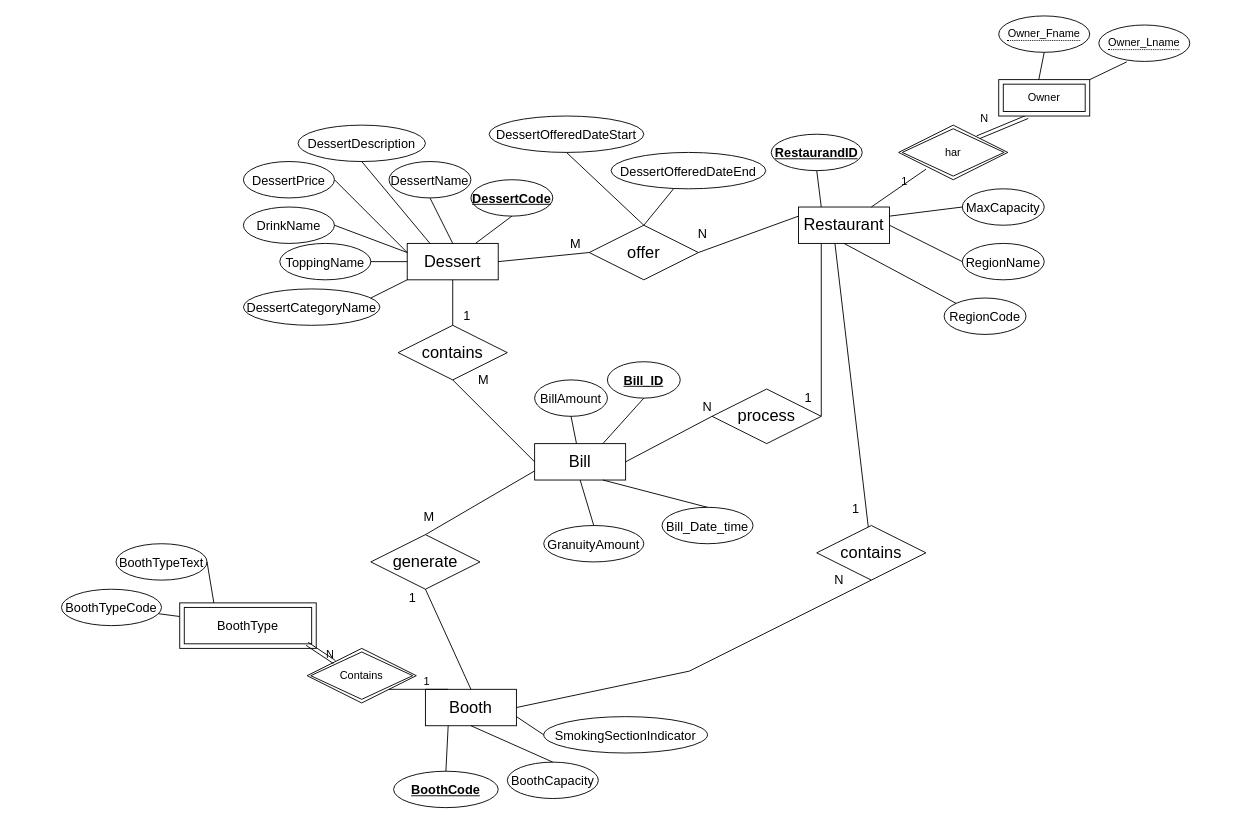
This is Labb3/N3/Dessert_DiagramN3.drawio from PyroG8r/Databaser-DT139G, a draw.io file, before an edit. Source tidied: cells renumbered, new cells numbered last; positions are measured from the earlier drawing's top-left corner, leaving out a move shared by most shapes. Both pictures are drawn from the tidied source at 91%, with x=0, y=0 at pixel (61, 15).
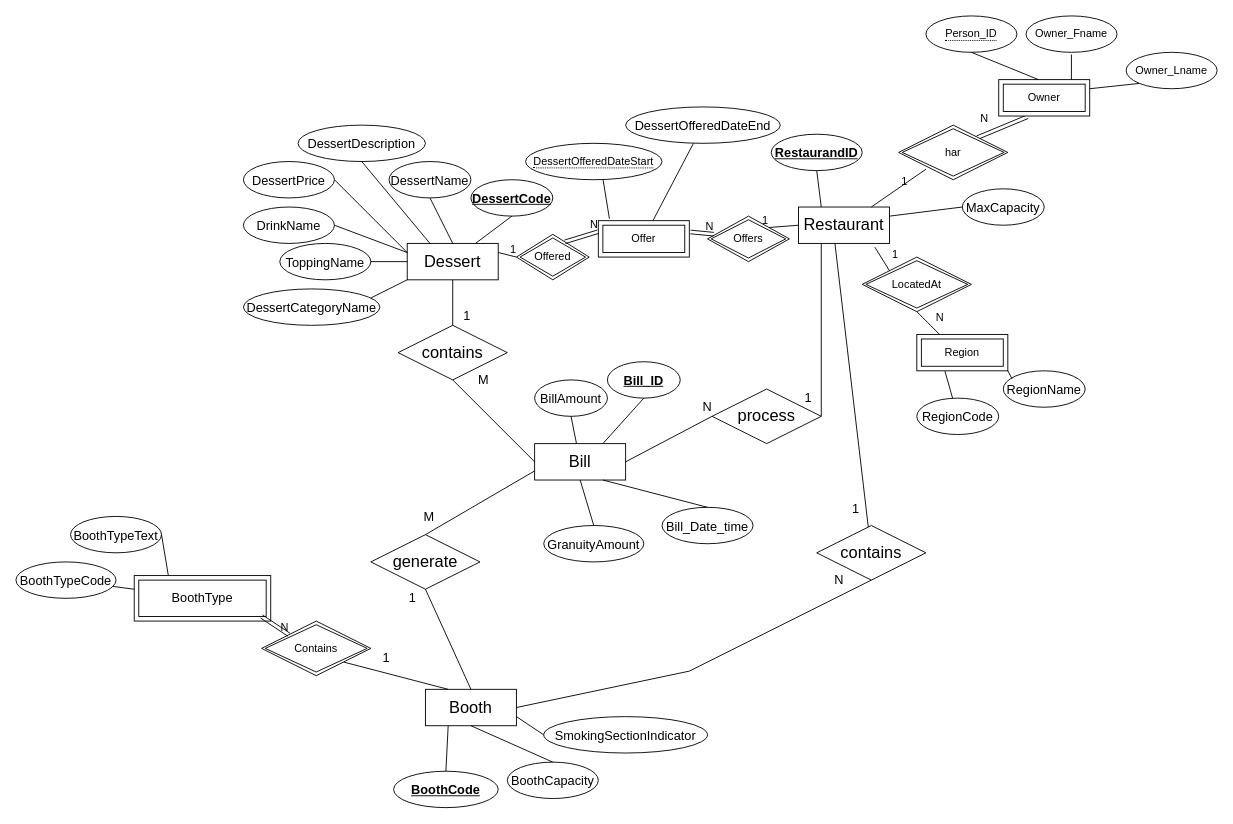
The same page after the edit.

The change refers to these unchanged cells:
```xml
<mxCell id="3" value="&lt;font style=&quot;font-size: 18px&quot;&gt;Booth&lt;/font&gt;" style="whiteSpace=wrap;html=1;align=center;" parent="1" vertex="1">
  <mxGeometry x="400" y="740" width="100" height="40" as="geometry" />
</mxCell>
<mxCell id="4" value="&lt;font style=&quot;font-size: 18px&quot;&gt;Restaurant&lt;/font&gt;" style="whiteSpace=wrap;html=1;align=center;" parent="1" vertex="1">
  <mxGeometry x="810" y="210" width="100" height="40" as="geometry" />
</mxCell>
<mxCell id="5" value="&lt;font style=&quot;font-size: 18px&quot;&gt;Dessert&lt;/font&gt;" style="whiteSpace=wrap;html=1;align=center;" parent="1" vertex="1">
  <mxGeometry x="380" y="250" width="100" height="40" as="geometry" />
</mxCell>
<mxCell id="78" value="Owner" style="shape=ext;margin=3;double=1;whiteSpace=wrap;html=1;align=center;" parent="1" vertex="1">
  <mxGeometry x="1030" y="70" width="100" height="40" as="geometry" />
</mxCell>
```

What changed in the source:
```diff
@@
-    <mxCell id="8" value="offer" style="shape=rhombus;perimeter=rhombusPerimeter;whiteSpace=wrap;html=1;align=center;fontSize=18;" parent="1" vertex="1">
-      <mxGeometry x="580" y="230" width="120" height="60" as="geometry" />
-    </mxCell>
@@
-    <mxCell id="21" value="&lt;font style=&quot;font-size: 14px&quot;&gt;DessertOfferedDateStart&lt;/font&gt;" style="ellipse;whiteSpace=wrap;html=1;align=center;fontSize=18;" parent="1" vertex="1">
-      <mxGeometry x="470" y="110" width="170" height="40" as="geometry" />
-    </mxCell>
@@
-    <mxCell id="29" style="endArrow=none;html=1;rounded=0;fontSize=18;entryX=0.5;entryY=1;entryDx=0;entryDy=0;exitX=0.5;exitY=0;exitDx=0;exitDy=0;" parent="1" edge="1" source="8" target="21">
+    <mxCell id="29" style="endArrow=none;html=1;rounded=0;fontSize=18;entryX=0.568;entryY=0.997;entryDx=0;entryDy=0;exitX=0.122;exitY=-0.053;exitDx=0;exitDy=0;exitPerimeter=0;entryPerimeter=0;" parent="1" edge="1" source="87" target="21">
       <mxGeometry relative="1" as="geometry" />
     </mxCell>
@@
     <mxCell id="33" value="&lt;font style=&quot;font-size: 14px&quot;&gt;RegionName&lt;/font&gt;" style="ellipse;whiteSpace=wrap;html=1;align=center;fontSize=18;" parent="1" vertex="1">
-      <mxGeometry x="990" y="250" width="90" height="40" as="geometry" />
+      <mxGeometry x="1035" y="390" width="90" height="40" as="geometry" />
     </mxCell>
     <mxCell id="34" value="&lt;font style=&quot;font-size: 14px&quot;&gt;RegionCode&lt;/font&gt;" style="ellipse;whiteSpace=wrap;html=1;align=center;fontSize=18;" parent="1" vertex="1">
-      <mxGeometry x="970" y="310" width="90" height="40" as="geometry" />
+      <mxGeometry x="940" y="420" width="90" height="40" as="geometry" />
     </mxCell>
-    <mxCell id="35" style="endArrow=none;html=1;rounded=0;fontSize=18;entryX=0;entryY=0;entryDx=0;entryDy=0;exitX=0.5;exitY=1;exitDx=0;exitDy=0;" parent="1" edge="1" source="4" target="34">
-      <mxGeometry relative="1" as="geometry" />
-    </mxCell>
-    <mxCell id="36" style="endArrow=none;html=1;rounded=0;fontSize=18;entryX=0;entryY=0.5;entryDx=0;entryDy=0;exitX=1;exitY=0.5;exitDx=0;exitDy=0;" parent="1" edge="1" source="4" target="33">
-      <mxGeometry relative="1" as="geometry" />
-    </mxCell>
@@
-    <mxCell id="39" style="endArrow=none;html=1;rounded=0;fontSize=14;entryX=1;entryY=0.5;entryDx=0;entryDy=0;exitX=0;exitY=0.25;exitDx=0;exitDy=0;" parent="1" edge="1" source="4" target="8">
-      <mxGeometry relative="1" as="geometry" />
-    </mxCell>
-    <mxCell id="40" value="N" style="html=1;align=right;verticalAlign=bottom;fontSize=14;" parent="39" vertex="1">
-      <mxGeometry x="1" relative="1" as="geometry">
-        <mxPoint x="10" y="-10" as="offset" />
-      </mxGeometry>
-    </mxCell>
-    <mxCell id="41" style="endArrow=none;html=1;rounded=0;fontSize=14;entryX=0;entryY=0.5;entryDx=0;entryDy=0;exitX=1;exitY=0.5;exitDx=0;exitDy=0;" parent="1" edge="1" source="5" target="8">
-      <mxGeometry relative="1" as="geometry" />
-    </mxCell>
-    <mxCell id="42" value="M" style="html=1;align=right;verticalAlign=bottom;fontSize=14;" parent="41" vertex="1">
-      <mxGeometry x="1" relative="1" as="geometry">
-        <mxPoint x="-9" as="offset" />
-      </mxGeometry>
-    </mxCell>
@@
-    <mxCell id="66" value="&lt;font style=&quot;font-size: 14px&quot;&gt;BoothTypeCode&lt;/font&gt;" style="ellipse;whiteSpace=wrap;html=1;align=center;fontSize=18;" parent="1" vertex="1">
-      <mxGeometry y="630" width="110" height="40" as="geometry" />
-    </mxCell>
-    <mxCell id="67" value="&lt;font style=&quot;font-size: 14px&quot;&gt;BoothTypeText&lt;/font&gt;" style="ellipse;whiteSpace=wrap;html=1;align=center;fontSize=18;" parent="1" vertex="1">
-      <mxGeometry x="60" y="580" width="100" height="40" as="geometry" />
-    </mxCell>
@@
-    <mxCell id="71" style="endArrow=none;html=1;rounded=0;fontSize=14;" parent="1" edge="1" source="66" target="86">
-      <mxGeometry relative="1" as="geometry" />
-    </mxCell>
-    <mxCell id="72" style="endArrow=none;html=1;rounded=0;fontSize=14;entryX=0.25;entryY=0;entryDx=0;entryDy=0;exitX=1;exitY=0.5;exitDx=0;exitDy=0;" parent="1" edge="1" source="67" target="86">
+    <mxCell id="72" style="endArrow=none;html=1;rounded=0;fontSize=14;entryX=0.25;entryY=0;entryDx=0;entryDy=0;exitX=1;exitY=1;exitDx=0;exitDy=0;" parent="1" edge="1" source="98" target="3">
       <mxGeometry relative="1" as="geometry" />
     </mxCell>
@@
-    <mxCell id="79" value="&lt;span style=&quot;border-bottom: 1px dotted&quot;&gt;Owner_Fname&lt;/span&gt;" style="ellipse;whiteSpace=wrap;html=1;align=center;" parent="1" vertex="1">
-      <mxGeometry x="1030" width="100" height="40" as="geometry" />
+    <mxCell id="79" value="&lt;span style=&quot;border-bottom: 1px dotted&quot;&gt;Person_ID&lt;/span&gt;" style="ellipse;whiteSpace=wrap;html=1;align=center;" parent="1" vertex="1">
+      <mxGeometry x="950" width="100" height="40" as="geometry" />
     </mxCell>
@@
     <mxCell id="81" value="&lt;font style=&quot;font-size: 14px&quot;&gt;DessertOfferedDateEnd&lt;/font&gt;" style="ellipse;whiteSpace=wrap;html=1;align=center;fontSize=18;" parent="1" vertex="1">
-      <mxGeometry x="604" y="150" width="170" height="40" as="geometry" />
+      <mxGeometry x="620" y="100" width="170" height="40" as="geometry" />
     </mxCell>
-    <mxCell id="82" style="endArrow=none;html=1;rounded=0;fontSize=18;exitX=0.5;exitY=0;exitDx=0;exitDy=0;" parent="1" edge="1" source="8" target="81">
+    <mxCell id="82" style="endArrow=none;html=1;rounded=0;fontSize=18;exitX=0.6;exitY=0;exitDx=0;exitDy=0;exitPerimeter=0;" parent="1" edge="1" source="87" target="81">
       <mxGeometry relative="1" as="geometry" />
     </mxCell>
-    <mxCell id="83" value="&lt;span style=&quot;border-bottom: 1px dotted&quot;&gt;Owner_Lname&lt;/span&gt;" style="ellipse;whiteSpace=wrap;html=1;align=center;" parent="1" vertex="1">
-      <mxGeometry x="1140" y="10" width="100" height="40" as="geometry" />
-    </mxCell>
-    <mxCell id="84" style="endArrow=none;html=1;rounded=0;exitX=1;exitY=0;exitDx=0;exitDy=0;entryX=0.307;entryY=1.012;entryDx=0;entryDy=0;entryPerimeter=0;" parent="1" edge="1" source="78" target="83">
+    <mxCell id="84" style="endArrow=none;html=1;rounded=0;exitX=0.799;exitY=0;exitDx=0;exitDy=0;entryX=0.499;entryY=1.06;entryDx=0;entryDy=0;entryPerimeter=0;exitPerimeter=0;" parent="1" edge="1" source="78" target="91">
       <mxGeometry relative="1" as="geometry" />
     </mxCell>
+    <mxCell id="91" value="Owner_Fname" style="ellipse;whiteSpace=wrap;html=1;align=center;" parent="1" vertex="1">
+      <mxGeometry x="1060" width="100" height="40" as="geometry" />
+    </mxCell>
-    <mxCell id="85" value="Contains" style="shape=rhombus;double=1;perimeter=rhombusPerimeter;whiteSpace=wrap;html=1;align=center;" parent="1" vertex="1">
-      <mxGeometry x="270" y="695" width="120" height="60" as="geometry" />
+    <mxCell id="85" value="Owner_Lname" style="ellipse;whiteSpace=wrap;html=1;align=center;" parent="1" vertex="1">
+      <mxGeometry x="1170" y="40" width="100" height="40" as="geometry" />
     </mxCell>
-    <mxCell id="86" value="&lt;span style=&quot;font-size: 14px&quot;&gt;BoothType&lt;/span&gt;" style="shape=ext;margin=3;double=1;whiteSpace=wrap;html=1;align=center;" parent="1" vertex="1">
-      <mxGeometry x="130" y="645" width="150" height="50" as="geometry" />
+    <mxCell id="86" style="endArrow=none;html=1;rounded=0;exitX=1;exitY=0.25;exitDx=0;exitDy=0;entryX=0;entryY=1;entryDx=0;entryDy=0;" parent="1" edge="1" source="78" target="85">
+      <mxGeometry relative="1" as="geometry" />
     </mxCell>
-    <mxCell id="87" style="shape=link;html=1;rounded=0;entryX=0;entryY=0;entryDx=0;entryDy=0;" parent="1" edge="1" target="85">
-      <mxGeometry relative="1" as="geometry">
-        <mxPoint x="270" y="690" as="sourcePoint" />
-      </mxGeometry>
+    <mxCell id="87" value="Offer" style="shape=ext;margin=3;double=1;whiteSpace=wrap;html=1;align=center;" parent="1" vertex="1">
+      <mxGeometry x="590" y="225" width="100" height="40" as="geometry" />
     </mxCell>
-    <mxCell id="88" value="N" style="html=1;align=right;verticalAlign=bottom;" parent="87" vertex="1">
-      <mxGeometry x="1" relative="1" as="geometry" />
-    </mxCell>
-    <mxCell id="89" style="endArrow=none;html=1;rounded=0;exitX=1;exitY=1;exitDx=0;exitDy=0;entryX=0.25;entryY=0;entryDx=0;entryDy=0;" parent="1" edge="1" source="85" target="3">
-      <mxGeometry relative="1" as="geometry" />
+    <mxCell id="89" value="Offered" style="shape=rhombus;double=1;perimeter=rhombusPerimeter;whiteSpace=wrap;html=1;align=center;" parent="1" vertex="1">
+      <mxGeometry x="500" y="240" width="80" height="50" as="geometry" />
     </mxCell>
-    <mxCell id="90" value="1" style="html=1;align=right;verticalAlign=bottom;" parent="89" vertex="1">
-      <mxGeometry x="1" relative="1" as="geometry">
-        <mxPoint x="-20" as="offset" />
-      </mxGeometry>
+    <mxCell id="90" value="Offers" style="shape=rhombus;double=1;perimeter=rhombusPerimeter;whiteSpace=wrap;html=1;align=center;" parent="1" vertex="1">
+      <mxGeometry x="710" y="220" width="90" height="50" as="geometry" />
     </mxCell>
+    <mxCell id="21" value="&lt;span style=&quot;border-bottom: 1px dotted&quot;&gt;DessertOfferedDateStart&lt;/span&gt;" style="ellipse;whiteSpace=wrap;html=1;align=center;" parent="1" vertex="1">
+      <mxGeometry x="510" y="140" width="150" height="40" as="geometry" />
+    </mxCell>
+    <mxCell id="92" style="endArrow=none;html=1;rounded=0;entryX=0;entryY=0.5;entryDx=0;entryDy=0;exitX=1;exitY=0.25;exitDx=0;exitDy=0;" parent="1" edge="1" source="5" target="89">
+      <mxGeometry relative="1" as="geometry" />
+    </mxCell>
+    <mxCell id="93" value="1" style="html=1;align=right;verticalAlign=bottom;" parent="92" vertex="1">
+      <mxGeometry x="1" relative="1" as="geometry" />
+    </mxCell>
+    <mxCell id="94" style="endArrow=none;html=1;rounded=0;exitX=0;exitY=0.5;exitDx=0;exitDy=0;entryX=1;entryY=0;entryDx=0;entryDy=0;" parent="1" edge="1" source="4" target="90">
+      <mxGeometry relative="1" as="geometry" />
+    </mxCell>
+    <mxCell id="95" value="1" style="html=1;align=right;verticalAlign=bottom;" parent="94" vertex="1">
+      <mxGeometry x="1" relative="1" as="geometry" />
+    </mxCell>
+    <mxCell id="66" value="&lt;font style=&quot;font-size: 14px&quot;&gt;BoothTypeCode&lt;/font&gt;" style="ellipse;whiteSpace=wrap;html=1;align=center;fontSize=18;" parent="1" vertex="1">
+      <mxGeometry x="-50" y="600" width="110" height="40" as="geometry" />
+    </mxCell>
+    <mxCell id="67" value="&lt;font style=&quot;font-size: 14px&quot;&gt;BoothTypeText&lt;/font&gt;" style="ellipse;whiteSpace=wrap;html=1;align=center;fontSize=18;" parent="1" vertex="1">
+      <mxGeometry x="10" y="550" width="100" height="40" as="geometry" />
+    </mxCell>
+    <mxCell id="96" style="endArrow=none;html=1;rounded=0;fontSize=14;" parent="1" edge="1" source="66" target="99">
+      <mxGeometry relative="1" as="geometry" />
+    </mxCell>
+    <mxCell id="97" style="endArrow=none;html=1;rounded=0;fontSize=14;entryX=0.25;entryY=0;entryDx=0;entryDy=0;exitX=1;exitY=0.5;exitDx=0;exitDy=0;" parent="1" edge="1" source="67" target="99">
+      <mxGeometry relative="1" as="geometry" />
+    </mxCell>
+    <mxCell id="98" value="Contains" style="shape=rhombus;double=1;perimeter=rhombusPerimeter;whiteSpace=wrap;html=1;align=center;" parent="1" vertex="1">
+      <mxGeometry x="220" y="665" width="120" height="60" as="geometry" />
+    </mxCell>
+    <mxCell id="99" value="&lt;span style=&quot;font-size: 14px&quot;&gt;BoothType&lt;/span&gt;" style="shape=ext;margin=3;double=1;whiteSpace=wrap;html=1;align=center;" parent="1" vertex="1">
+      <mxGeometry x="80" y="615" width="150" height="50" as="geometry" />
+    </mxCell>
+    <mxCell id="100" style="shape=link;html=1;rounded=0;entryX=0;entryY=0;entryDx=0;entryDy=0;" parent="1" edge="1" target="98">
+      <mxGeometry relative="1" as="geometry">
+        <mxPoint x="220" y="660" as="sourcePoint" />
+      </mxGeometry>
+    </mxCell>
+    <mxCell id="101" value="N" style="html=1;align=right;verticalAlign=bottom;" parent="100" vertex="1">
+      <mxGeometry x="1" relative="1" as="geometry" />
+    </mxCell>
+    <mxCell id="102" value="1" style="html=1;align=right;verticalAlign=bottom;fontSize=14;" parent="1" vertex="1">
+      <mxGeometry x="399.9" y="659.8" as="geometry">
+        <mxPoint x="-39" y="56" as="offset" />
+      </mxGeometry>
+    </mxCell>
+    <mxCell id="103" value="Region" style="shape=ext;margin=3;double=1;whiteSpace=wrap;html=1;align=center;" parent="1" vertex="1">
+      <mxGeometry x="940" y="350" width="100" height="40" as="geometry" />
+    </mxCell>
+    <mxCell id="104" value="LocatedAt" style="shape=rhombus;double=1;perimeter=rhombusPerimeter;whiteSpace=wrap;html=1;align=center;" parent="1" vertex="1">
+      <mxGeometry x="880" y="265" width="120" height="60" as="geometry" />
+    </mxCell>
+    <mxCell id="105" style="endArrow=none;html=1;rounded=0;exitX=0.839;exitY=1.104;exitDx=0;exitDy=0;exitPerimeter=0;entryX=0;entryY=0;entryDx=0;entryDy=0;" parent="1" edge="1" source="4" target="104">
+      <mxGeometry relative="1" as="geometry" />
+    </mxCell>
+    <mxCell id="106" value="1" style="html=1;align=right;verticalAlign=bottom;" parent="105" vertex="1">
+      <mxGeometry x="1" relative="1" as="geometry">
+        <mxPoint x="10" y="-10" as="offset" />
+      </mxGeometry>
+    </mxCell>
+    <mxCell id="107" style="endArrow=none;html=1;rounded=0;exitX=0.5;exitY=1;exitDx=0;exitDy=0;entryX=0.25;entryY=0;entryDx=0;entryDy=0;" parent="1" edge="1" source="104" target="103">
+      <mxGeometry relative="1" as="geometry" />
+    </mxCell>
+    <mxCell id="108" value="N" style="html=1;align=right;verticalAlign=bottom;" parent="107" vertex="1">
+      <mxGeometry x="1" relative="1" as="geometry">
+        <mxPoint x="5" y="-10" as="offset" />
+      </mxGeometry>
+    </mxCell>
+    <mxCell id="109" style="endArrow=none;html=1;rounded=0;exitX=0.309;exitY=1.01;exitDx=0;exitDy=0;exitPerimeter=0;" parent="1" edge="1" source="103" target="34">
+      <mxGeometry relative="1" as="geometry" />
+    </mxCell>
+    <mxCell id="110" style="endArrow=none;html=1;rounded=0;exitX=1;exitY=1;exitDx=0;exitDy=0;entryX=0.107;entryY=0.22;entryDx=0;entryDy=0;entryPerimeter=0;" parent="1" edge="1" source="103" target="33">
+      <mxGeometry relative="1" as="geometry" />
+    </mxCell>
+    <mxCell id="111" style="shape=link;html=1;rounded=0;exitX=0.666;exitY=0.165;exitDx=0;exitDy=0;exitPerimeter=0;entryX=-0.004;entryY=0.304;entryDx=0;entryDy=0;entryPerimeter=0;" parent="1" edge="1" source="89" target="87">
+      <mxGeometry relative="1" as="geometry" />
+    </mxCell>
+    <mxCell id="112" value="N" style="html=1;align=right;verticalAlign=bottom;" parent="111" vertex="1">
+      <mxGeometry x="1" relative="1" as="geometry" />
+    </mxCell>
+    <mxCell id="113" style="shape=link;html=1;rounded=0;exitX=1.013;exitY=0.311;exitDx=0;exitDy=0;exitPerimeter=0;entryX=0.075;entryY=0.397;entryDx=0;entryDy=0;entryPerimeter=0;" parent="1" edge="1" source="87" target="90">
+      <mxGeometry relative="1" as="geometry" />
+    </mxCell>
+    <mxCell id="114" value="N" style="html=1;align=right;verticalAlign=bottom;" parent="113" vertex="1">
+      <mxGeometry x="1" relative="1" as="geometry" />
+    </mxCell>
```
